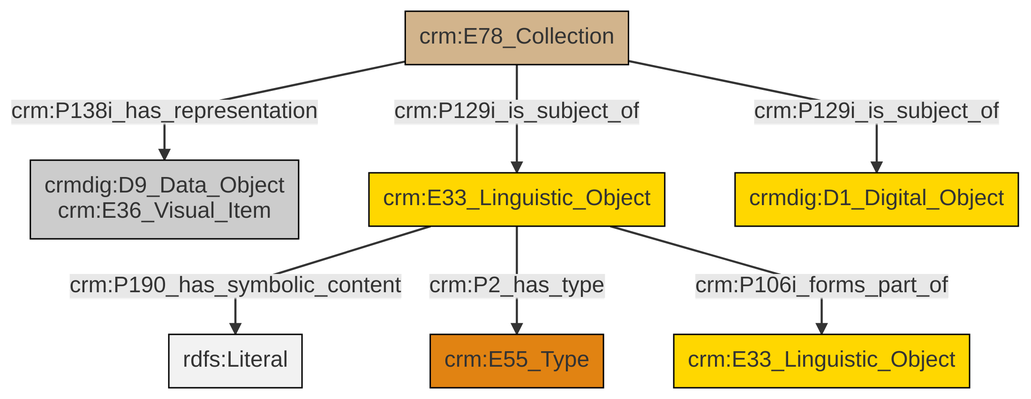
swiss-art-research-net/docs.swissartresearch keeps this Mermaid diagram as et/archivalCSV/ttl/mmd/png/archival_docs.png. Above is the earlier version. Its source is kept beside it as et/archivalCSV/ttl/mmd/archival_docs.ttl.mmd.
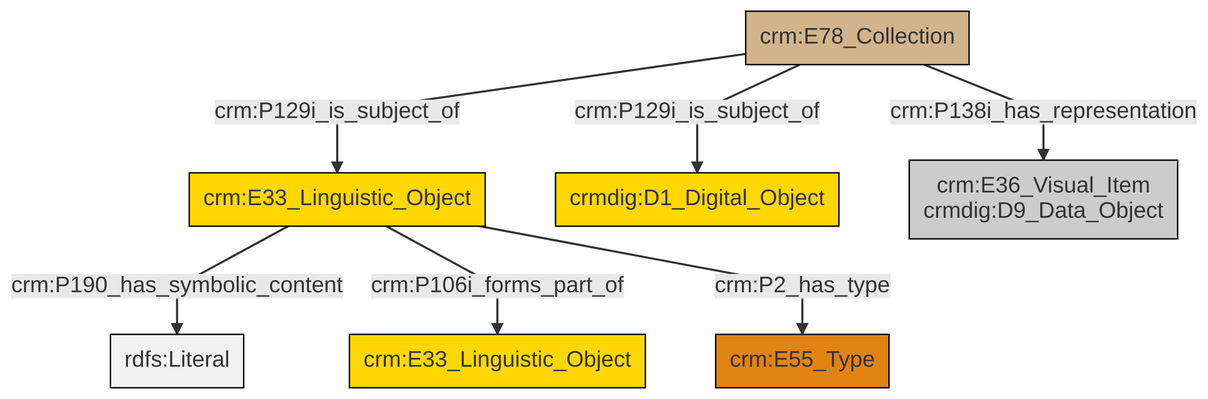
After the change.

Diff of the diagram source:
```diff
@@ -13,9 +13,9 @@
 classDef PC_Classes fill:#4ce600, stroke:#000000;
 classDef Multi fill:#cccccc,stroke:#000000;
 
-4["crm:E78_Collection"]:::Physical_Thing -->|crm:P138i_has_representation| 2["crmdig:D9_Data_Object<br>crm:E36_Visual_Item"]:::Multi
-5["crm:E33_Linguistic_Object"]:::Conceptual_Object -->|crm:P190_has_symbolic_content| 6[rdfs:Literal]:::Literal
-5["crm:E33_Linguistic_Object"]:::Conceptual_Object -->|crm:P2_has_type| 0["crm:E55_Type"]:::Type
-5["crm:E33_Linguistic_Object"]:::Conceptual_Object -->|crm:P106i_forms_part_of| 8["crm:E33_Linguistic_Object"]:::Conceptual_Object
-4["crm:E78_Collection"]:::Physical_Thing -->|crm:P129i_is_subject_of| 10["crmdig:D1_Digital_Object"]:::Conceptual_Object
-4["crm:E78_Collection"]:::Physical_Thing -->|crm:P129i_is_subject_of| 5["crm:E33_Linguistic_Object"]:::Conceptual_Object
+0["crm:E33_Linguistic_Object"]:::Conceptual_Object -->|crm:P190_has_symbolic_content| 1[rdfs:Literal]:::Literal
+4["crm:E78_Collection"]:::Physical_Thing -->|crm:P138i_has_representation| 5["crm:E36_Visual_Item<br>crmdig:D9_Data_Object"]:::Multi
+4["crm:E78_Collection"]:::Physical_Thing -->|crm:P129i_is_subject_of| 0["crm:E33_Linguistic_Object"]:::Conceptual_Object
+0["crm:E33_Linguistic_Object"]:::Conceptual_Object -->|crm:P106i_forms_part_of| 6["crm:E33_Linguistic_Object"]:::Conceptual_Object
+0["crm:E33_Linguistic_Object"]:::Conceptual_Object -->|crm:P2_has_type| 7["crm:E55_Type"]:::Type
+4["crm:E78_Collection"]:::Physical_Thing -->|crm:P129i_is_subject_of| 2["crmdig:D1_Digital_Object"]:::Conceptual_Object
```
